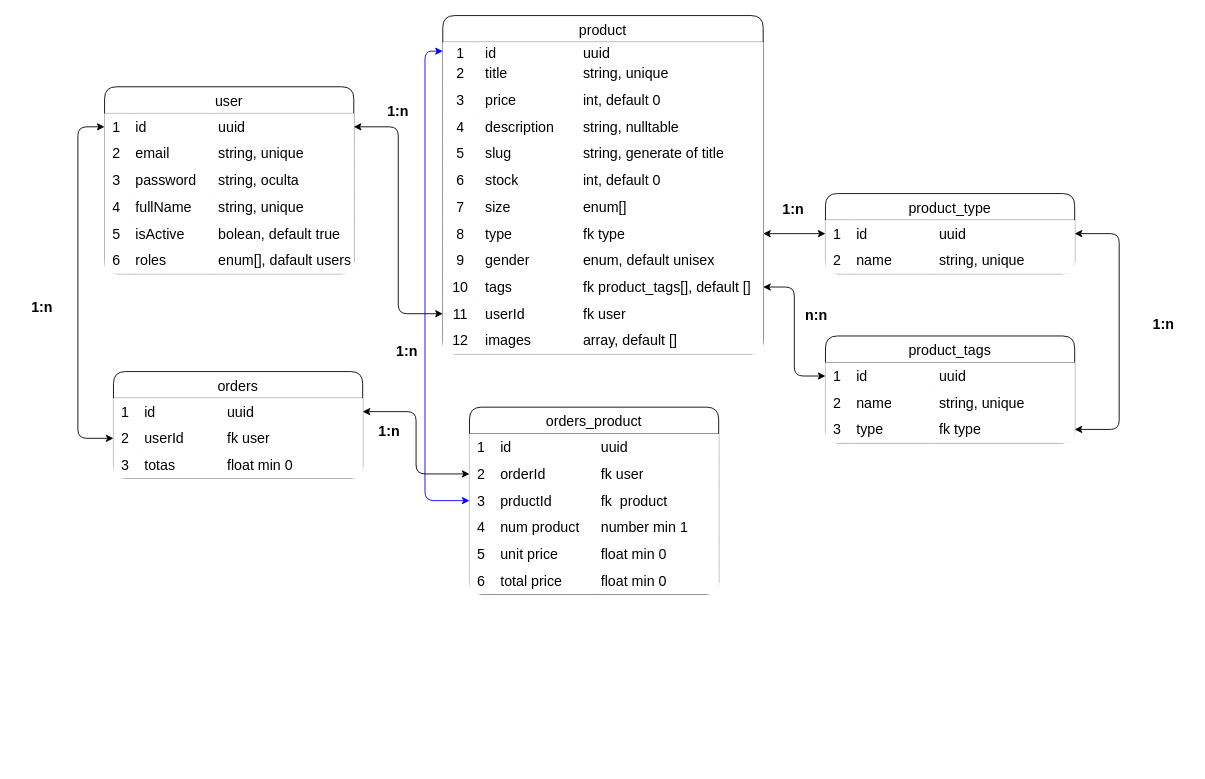
ArturoCarrilloJimenez/StyleHub-Backend-Nest keeps this draw.io diagram as schema-db.drawio. Above is the earlier version. Source tidied: cells renumbered, new cells numbered last; positions are measured from the earlier drawing's top-left corner, leaving out a move shared by most shapes. Both pictures are drawn from the tidied source at 89%, with x=0, y=0 at pixel (15, 15).
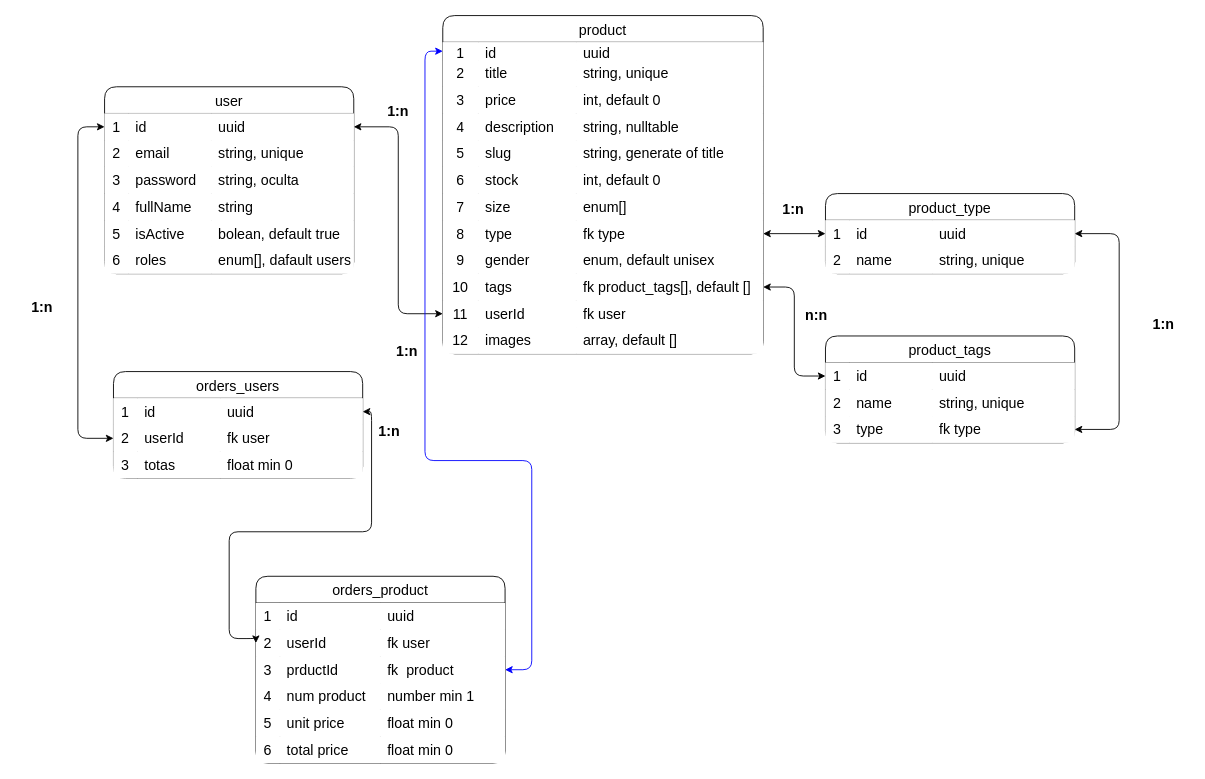
After the change.

The change refers to these unchanged cells:
```xml
<mxCell id="3" style="shape=tableRow;horizontal=0;startSize=0;swimlaneHead=0;swimlaneBody=0;top=0;left=0;bottom=0;right=0;points=[[0,0.5],[1,0.5]];portConstraint=eastwest;fontSize=16;rounded=1;" parent="2" vertex="1">
  <mxGeometry y="30" width="360" height="20" as="geometry" />
</mxCell>
<mxCell id="64" style="shape=tableRow;horizontal=0;startSize=0;swimlaneHead=0;swimlaneBody=0;top=0;left=0;bottom=0;right=0;fontSize=16;rounded=1;" parent="51" vertex="1">
  <mxGeometry y="120" width="280" height="30" as="geometry" />
</mxCell>
<mxCell id="107" style="shape=tableRow;horizontal=0;startSize=0;swimlaneHead=0;swimlaneBody=0;top=0;left=0;bottom=0;right=0;points=[[0,0.5],[1,0.5]];portConstraint=eastwest;fontSize=16;rounded=1;" parent="106" vertex="1">
  <mxGeometry y="30" width="280" height="30" as="geometry" />
</mxCell>
<mxCell id="125" style="shape=tableRow;horizontal=0;startSize=0;swimlaneHead=0;swimlaneBody=0;top=0;left=0;bottom=0;right=0;points=[[0,0.5],[1,0.5]];portConstraint=eastwest;fontSize=16;rounded=1;" parent="120" vertex="1">
  <mxGeometry y="60" width="280" height="30" as="geometry" />
</mxCell>
```

The edit, as a diff of the source:
```diff
@@
-    <mxCell id="67" value="string, unique" style="shape=partialRectangle;html=1;whiteSpace=wrap;top=0;left=0;bottom=0;right=0;align=left;spacingLeft=6;overflow=hidden;fontSize=16;rounded=1;" parent="64" vertex="1">
+    <mxCell id="67" value="string" style="shape=partialRectangle;html=1;whiteSpace=wrap;top=0;left=0;bottom=0;right=0;align=left;spacingLeft=6;overflow=hidden;fontSize=16;rounded=1;" parent="64" vertex="1">
       <mxGeometry x="120" width="160" height="30" as="geometry" />
     </mxCell>
@@
-    <mxCell id="106" value="orders" style="shape=table;startSize=30;childLayout=tableLayout;rowLines=0;fontStyle=0;fontSize=16;rounded=1;" parent="1" vertex="1">
+    <mxCell id="106" value="orders_users" style="shape=table;startSize=30;childLayout=tableLayout;rowLines=0;fontStyle=0;fontSize=16;rounded=1;" parent="1" vertex="1">
       <mxGeometry x="110" y="400" width="280" height="120" as="geometry" />
     </mxCell>
@@
-    <mxCell id="119" style="edgeStyle=orthogonalEdgeStyle;shape=connector;rounded=1;html=1;exitX=0;exitY=0.5;exitDx=0;exitDy=0;entryX=0;entryY=0.5;entryDx=0;entryDy=0;strokeColor=#0000FF;align=center;verticalAlign=middle;fontFamily=Helvetica;fontSize=11;fontColor=default;labelBackgroundColor=default;startArrow=classic;startFill=1;endArrow=classic;" parent="1" edge="1" source="120" target="3">
+    <mxCell id="119" style="edgeStyle=orthogonalEdgeStyle;shape=connector;rounded=1;html=1;exitX=1;exitY=0.5;exitDx=0;exitDy=0;entryX=0;entryY=0.5;entryDx=0;entryDy=0;strokeColor=#0000FF;align=center;verticalAlign=middle;fontFamily=Helvetica;fontSize=11;fontColor=default;labelBackgroundColor=default;startArrow=classic;startFill=1;endArrow=classic;" parent="1" edge="1" source="120" target="3">
       <mxGeometry relative="1" as="geometry">
         <Array as="points">
-          <mxPoint x="460" y="545" />
+          <mxPoint x="580" y="735" />
+          <mxPoint x="580" y="500" />
+          <mxPoint x="460" y="500" />
           <mxPoint x="460" y="40" />
         </Array>
       </mxGeometry>
     </mxCell>
     <mxCell id="120" value="orders_product" style="shape=table;startSize=30;childLayout=tableLayout;rowLines=0;fontStyle=0;fontSize=16;rounded=1;" parent="1" vertex="1">
-      <mxGeometry x="510" y="440" width="280" height="210" as="geometry" />
+      <mxGeometry x="270" y="630" width="280" height="210" as="geometry" />
     </mxCell>
@@
-    <mxCell id="127" value="orderId" style="shape=partialRectangle;html=1;whiteSpace=wrap;top=0;left=0;bottom=0;right=0;align=left;spacingLeft=6;overflow=hidden;fontSize=16;rounded=1;" parent="125" vertex="1">
+    <mxCell id="127" value="userId" style="shape=partialRectangle;html=1;whiteSpace=wrap;top=0;left=0;bottom=0;right=0;align=left;spacingLeft=6;overflow=hidden;fontSize=16;rounded=1;" parent="125" vertex="1">
       <mxGeometry x="27" width="113" height="30" as="geometry" />
     </mxCell>
@@
     <mxCell id="146" style="edgeStyle=orthogonalEdgeStyle;shape=connector;rounded=1;html=1;exitX=1;exitY=0.5;exitDx=0;exitDy=0;entryX=0;entryY=0.5;entryDx=0;entryDy=0;strokeColor=default;align=center;verticalAlign=middle;fontFamily=Helvetica;fontSize=11;fontColor=default;labelBackgroundColor=default;startArrow=classic;startFill=1;endArrow=classic;" parent="1" edge="1" source="107" target="125">
-      <mxGeometry relative="1" as="geometry" />
+      <mxGeometry relative="1" as="geometry">
+        <Array as="points">
+          <mxPoint x="400" y="445" />
+          <mxPoint x="400" y="580" />
+          <mxPoint x="240" y="580" />
+          <mxPoint x="240" y="700" />
+          <mxPoint x="270" y="700" />
+        </Array>
+      </mxGeometry>
     </mxCell>
```
